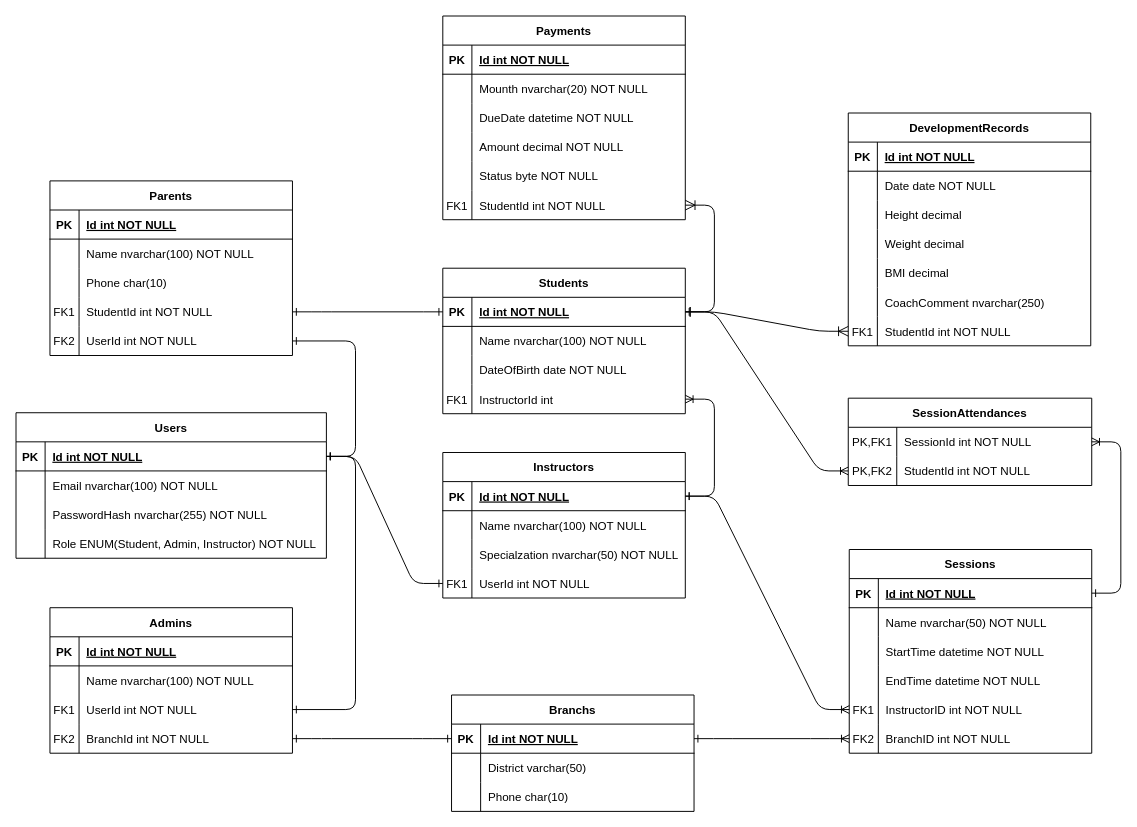
BirYazilimci74/Web-Application-Programming-Term-Project keeps this draw.io diagram as ER Diagram Web Application Project.drawio. Above is the earlier version. Source tidied: cells renumbered, new cells numbered last; positions are measured from the earlier drawing's top-left corner, leaving out a move shared by most shapes. Both pictures are drawn from the tidied source at 97%, with x=0, y=0 at pixel (16, 16).
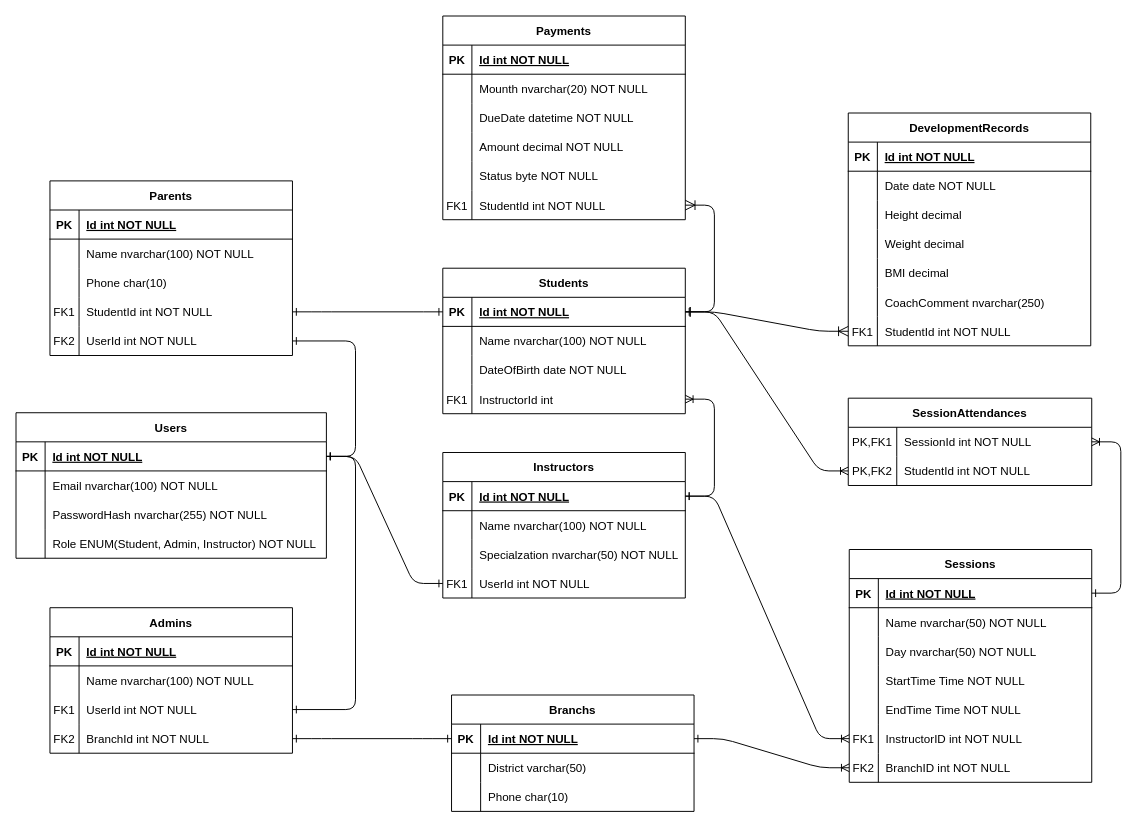
The same page after the edit.

Diff of the diagram source:
```diff
@@
     <mxCell id="51" value="Sessions" style="shape=table;startSize=30;childLayout=tableLayout;rowLines=0;fontStyle=1;align=center;" parent="1" vertex="1">
-      <mxGeometry x="859" y="550" width="250" height="210" as="geometry" />
+      <mxGeometry x="859" y="550" width="250" height="240" as="geometry" />
     </mxCell>
@@
+    <mxCell id="159" style="shape=partialRectangle;fillColor=none;top=0;left=0;right=0;bottom=0;" parent="51" vertex="1">
+      <mxGeometry y="90" width="250" height="30" as="geometry" />
+    </mxCell>
+    <mxCell id="160" style="shape=partialRectangle;overflow=hidden;fillColor=none;top=0;left=0;bottom=0;right=0;" parent="159" vertex="1">
+      <mxGeometry width="30" height="30" as="geometry" />
+    </mxCell>
+    <mxCell id="161" value="Day nvarchar(50) NOT NULL" style="shape=partialRectangle;overflow=hidden;fillColor=none;top=0;left=0;bottom=0;right=0;align=left;spacingLeft=6;" parent="159" vertex="1">
+      <mxGeometry x="30" width="220" height="30" as="geometry" />
+    </mxCell>
     <mxCell id="58" style="shape=partialRectangle;fillColor=none;top=0;left=0;right=0;bottom=0;" parent="51" vertex="1">
-      <mxGeometry y="90" width="250" height="30" as="geometry" />
+      <mxGeometry y="120" width="250" height="30" as="geometry" />
     </mxCell>
@@
-    <mxCell id="60" value="StartTime datetime NOT NULL" style="shape=partialRectangle;overflow=hidden;fillColor=none;top=0;left=0;bottom=0;right=0;align=left;spacingLeft=6;" parent="58" vertex="1">
+    <mxCell id="60" value="StartTime Time NOT NULL" style="shape=partialRectangle;overflow=hidden;fillColor=none;top=0;left=0;bottom=0;right=0;align=left;spacingLeft=6;" parent="58" vertex="1">
       <mxGeometry x="30" width="220" height="30" as="geometry" />
     </mxCell>
     <mxCell id="61" style="shape=partialRectangle;fillColor=none;top=0;left=0;right=0;bottom=0;" parent="51" vertex="1">
-      <mxGeometry y="120" width="250" height="30" as="geometry" />
+      <mxGeometry y="150" width="250" height="30" as="geometry" />
     </mxCell>
@@
-    <mxCell id="63" value="EndTime datetime NOT NULL" style="shape=partialRectangle;overflow=hidden;fillColor=none;top=0;left=0;bottom=0;right=0;align=left;spacingLeft=6;" parent="61" vertex="1">
+    <mxCell id="63" value="EndTime Time NOT NULL" style="shape=partialRectangle;overflow=hidden;fillColor=none;top=0;left=0;bottom=0;right=0;align=left;spacingLeft=6;" parent="61" vertex="1">
       <mxGeometry x="30" width="220" height="30" as="geometry" />
     </mxCell>
     <mxCell id="64" style="shape=partialRectangle;fillColor=none;points=[[0,0.5],[1,0.5]];portConstraint=eastwest;top=0;left=0;right=0;bottom=0;" parent="51" vertex="1">
-      <mxGeometry y="150" width="250" height="30" as="geometry" />
+      <mxGeometry y="180" width="250" height="30" as="geometry" />
     </mxCell>
@@
     <mxCell id="67" style="shape=partialRectangle;fillColor=none;points=[[0,0.5],[1,0.5]];portConstraint=eastwest;top=0;left=0;right=0;bottom=0;" parent="51" vertex="1">
-      <mxGeometry y="180" width="250" height="30" as="geometry" />
+      <mxGeometry y="210" width="250" height="30" as="geometry" />
     </mxCell>
```
